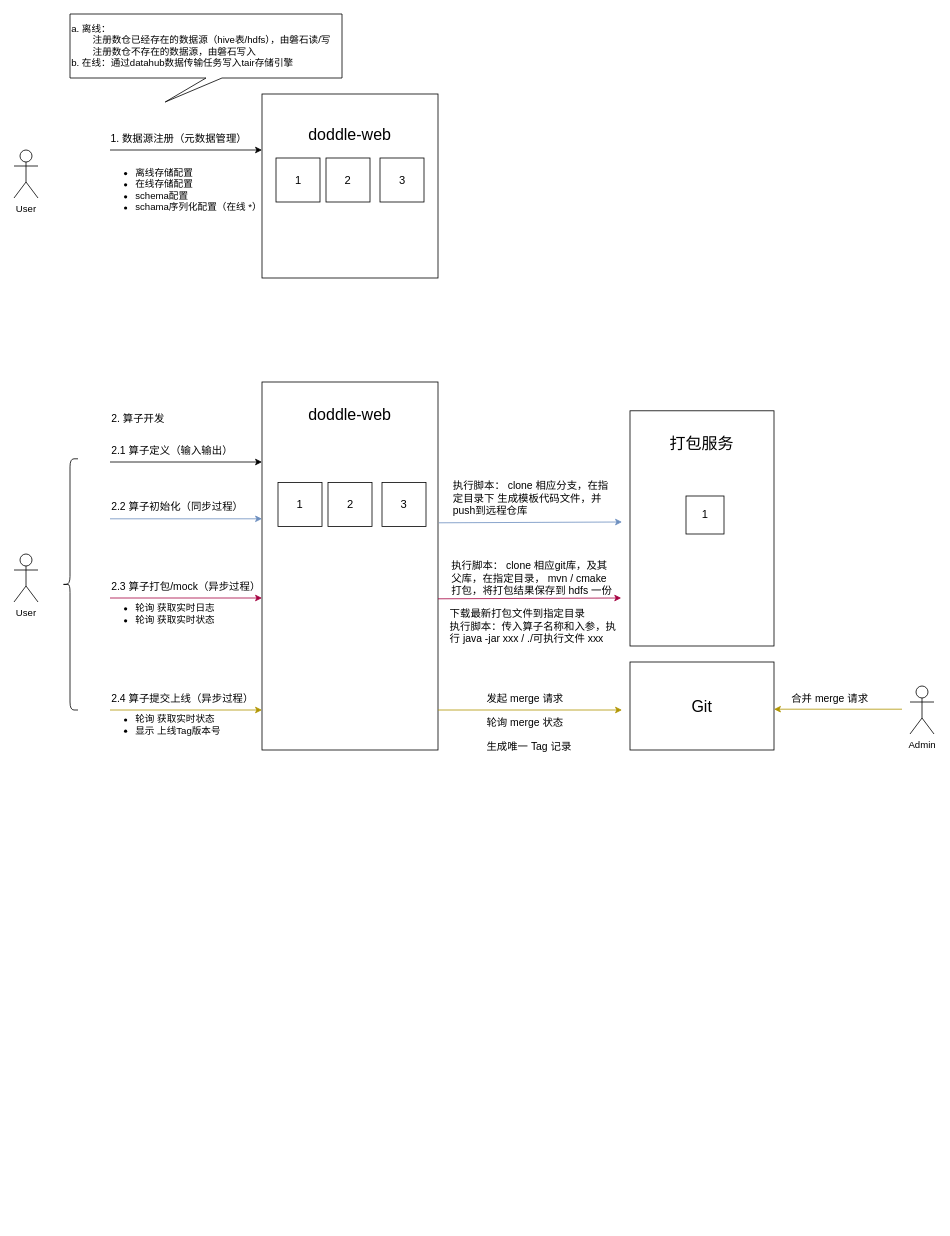
Nine98/demo-draw keeps this draw.io diagram as 特征生产流程.drawio. Above is the earlier version. Source tidied: cells renumbered, new cells numbered last; positions are measured from the earlier drawing's top-left corner, leaving out a move shared by most shapes. Both pictures are drawn from the tidied source at 80%, with x=0, y=0 at pixel (14, 14).
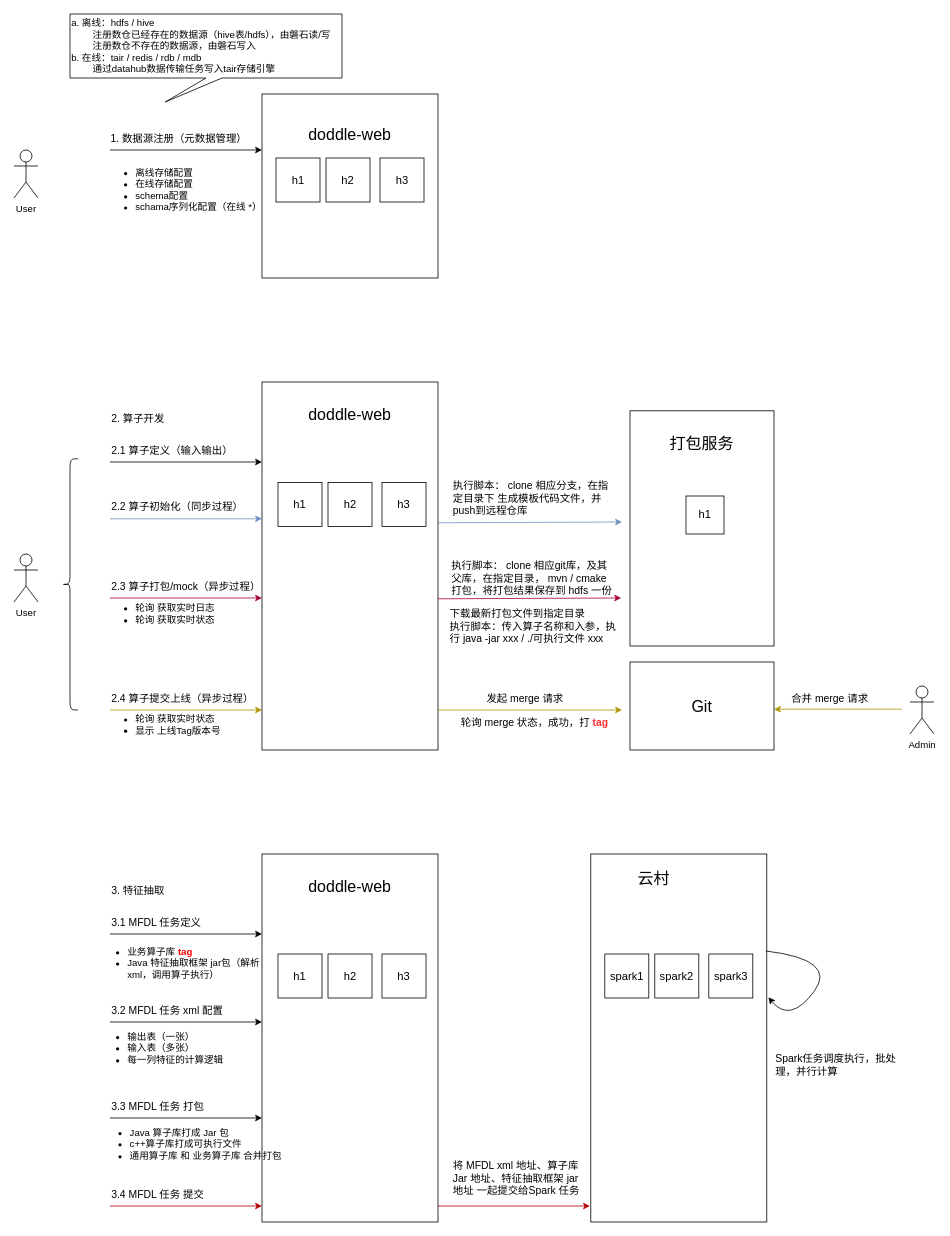
After the change.

What changed in the source:
```diff
@@
-    <mxCell id="7" value="a. 离线：&lt;div&gt;&lt;span style=&quot;white-space: pre;&quot;&gt;&#9;&lt;/span&gt;注册数仓已经存在的数据源（hive表/hdfs），由磐石读/写&lt;div&gt;&lt;span style=&quot;white-space: pre;&quot;&gt;&#9;&lt;/span&gt;注册数仓不存在的数据源，由磐石写入&lt;/div&gt;&lt;/div&gt;&lt;div&gt;b. 在线：通过datahub数据传输任务写入tair存储引擎&lt;/div&gt;" style="shape=callout;whiteSpace=wrap;html=1;perimeter=calloutPerimeter;align=left;position2=0.35;" parent="1" vertex="1">
+    <mxCell id="7" value="a. 离线：hdfs / hive&lt;div&gt;&lt;span style=&quot;white-space: pre;&quot;&gt;&#9;&lt;/span&gt;注册数仓已经存在的数据源（hive表/hdfs），由磐石读/写&lt;div&gt;&lt;span style=&quot;white-space: pre;&quot;&gt;&#9;&lt;/span&gt;注册数仓不存在的数据源，由磐石写入&lt;/div&gt;&lt;/div&gt;&lt;div&gt;b. 在线：&lt;span style=&quot;background-color: initial;&quot;&gt;tair /&lt;/span&gt;&lt;span style=&quot;background-color: initial;&quot;&gt;&amp;nbsp;redis / rdb / mdb&lt;/span&gt;&lt;/div&gt;&lt;div&gt;&lt;span style=&quot;white-space: pre;&quot;&gt;&#9;&lt;/span&gt;通过datahub数据传输任务写入tair存储引擎&lt;/div&gt;" style="shape=callout;whiteSpace=wrap;html=1;perimeter=calloutPerimeter;align=left;position2=0.35;" parent="1" vertex="1">
       <mxGeometry x="70" width="340" height="110" as="geometry" />
     </mxCell>
@@
-    <mxCell id="15" value="&lt;font style=&quot;font-size: 14px;&quot;&gt;1&lt;/font&gt;" style="whiteSpace=wrap;html=1;" parent="1" vertex="1">
+    <mxCell id="15" value="&lt;font style=&quot;font-size: 14px;&quot;&gt;h1&lt;/font&gt;" style="whiteSpace=wrap;html=1;" parent="1" vertex="1">
       <mxGeometry x="330" y="585.5" width="55" height="55" as="geometry" />
     </mxCell>
-    <mxCell id="16" value="&lt;span style=&quot;font-size: 14px;&quot;&gt;2&lt;/span&gt;" style="whiteSpace=wrap;html=1;" parent="1" vertex="1">
+    <mxCell id="16" value="&lt;span style=&quot;font-size: 14px;&quot;&gt;h2&lt;/span&gt;" style="whiteSpace=wrap;html=1;" parent="1" vertex="1">
       <mxGeometry x="392.5" y="585.5" width="55" height="55" as="geometry" />
     </mxCell>
-    <mxCell id="17" value="&lt;span style=&quot;font-size: 14px;&quot;&gt;3&lt;/span&gt;" style="whiteSpace=wrap;html=1;" parent="1" vertex="1">
+    <mxCell id="17" value="&lt;span style=&quot;font-size: 14px;&quot;&gt;h3&lt;/span&gt;" style="whiteSpace=wrap;html=1;" parent="1" vertex="1">
       <mxGeometry x="460" y="585.5" width="55" height="55" as="geometry" />
     </mxCell>
@@
-    <mxCell id="20" value="&lt;span style=&quot;font-size: 14px;&quot;&gt;1&lt;/span&gt;" style="whiteSpace=wrap;html=1;" parent="1" vertex="1">
+    <mxCell id="20" value="&lt;span style=&quot;font-size: 14px;&quot;&gt;h1&lt;/span&gt;" style="whiteSpace=wrap;html=1;" parent="1" vertex="1">
       <mxGeometry x="840" y="602.5" width="47.5" height="47.5" as="geometry" />
     </mxCell>
@@
-    <mxCell id="36" value="&lt;span style=&quot;font-size: 13px;&quot;&gt;轮询 merge 状态&lt;/span&gt;" style="text;html=1;align=left;verticalAlign=middle;whiteSpace=wrap;rounded=0;" parent="1" vertex="1">
-      <mxGeometry x="588.5" y="860" width="122" height="50" as="geometry" />
+    <mxCell id="36" value="&lt;span style=&quot;font-size: 13px;&quot;&gt;轮询 merge 状态，成功，打 &lt;b&gt;&lt;font color=&quot;#ff3333&quot;&gt;tag&lt;/font&gt;&lt;/b&gt;&lt;/span&gt;" style="text;html=1;align=left;verticalAlign=middle;whiteSpace=wrap;rounded=0;" parent="1" vertex="1">
+      <mxGeometry x="556.5" y="861" width="191.5" height="50" as="geometry" />
     </mxCell>
@@
-    <mxCell id="40" value="&lt;span style=&quot;font-size: 13px;&quot;&gt;生成唯一 Tag 记录&lt;/span&gt;" style="text;html=1;align=left;verticalAlign=middle;whiteSpace=wrap;rounded=0;" parent="1" vertex="1">
-      <mxGeometry x="588.5" y="890" width="122" height="50" as="geometry" />
-    </mxCell>
@@
-    <mxCell id="44" value="&lt;font style=&quot;font-size: 14px;&quot;&gt;1&lt;/font&gt;" style="whiteSpace=wrap;html=1;" parent="1" vertex="1">
+    <mxCell id="44" value="&lt;font style=&quot;font-size: 14px;&quot;&gt;h1&lt;/font&gt;" style="whiteSpace=wrap;html=1;" parent="1" vertex="1">
       <mxGeometry x="327.5" y="180" width="55" height="55" as="geometry" />
     </mxCell>
-    <mxCell id="45" value="&lt;span style=&quot;font-size: 14px;&quot;&gt;2&lt;/span&gt;" style="whiteSpace=wrap;html=1;" parent="1" vertex="1">
+    <mxCell id="45" value="&lt;span style=&quot;font-size: 14px;&quot;&gt;h2&lt;/span&gt;" style="whiteSpace=wrap;html=1;" parent="1" vertex="1">
       <mxGeometry x="390" y="180" width="55" height="55" as="geometry" />
     </mxCell>
-    <mxCell id="46" value="&lt;span style=&quot;font-size: 14px;&quot;&gt;3&lt;/span&gt;" style="whiteSpace=wrap;html=1;" parent="1" vertex="1">
+    <mxCell id="46" value="&lt;span style=&quot;font-size: 14px;&quot;&gt;h3&lt;/span&gt;" style="whiteSpace=wrap;html=1;" parent="1" vertex="1">
       <mxGeometry x="457.5" y="180" width="55" height="55" as="geometry" />
     </mxCell>
+    <mxCell id="47" style="rounded=0;whiteSpace=wrap;html=1;" parent="1" vertex="1">
+      <mxGeometry x="310" y="1050" width="220" height="460" as="geometry" />
+    </mxCell>
+    <mxCell id="48" value="&lt;font style=&quot;font-size: 20px;&quot;&gt;doddle-web&lt;/font&gt;" style="text;html=1;align=center;verticalAlign=middle;whiteSpace=wrap;rounded=0;" parent="1" vertex="1">
+      <mxGeometry x="355" y="1060" width="130" height="60" as="geometry" />
+    </mxCell>
+    <mxCell id="49" style="endArrow=classic;html=1;rounded=0;entryX=-0.018;entryY=0.805;entryDx=0;entryDy=0;entryPerimeter=0;" parent="1" edge="1">
+      <mxGeometry relative="1" as="geometry">
+        <mxPoint x="120" y="1150" as="sourcePoint" />
+        <mxPoint x="310" y="1150" as="targetPoint" />
+      </mxGeometry>
+    </mxCell>
+    <mxCell id="50" value="&lt;font style=&quot;font-size: 13px;&quot;&gt;3. 特征抽取&lt;/font&gt;" style="text;html=1;align=left;verticalAlign=middle;whiteSpace=wrap;rounded=0;" parent="1" vertex="1">
+      <mxGeometry x="120" y="1080" width="170" height="30" as="geometry" />
+    </mxCell>
+    <mxCell id="51" value="&lt;font style=&quot;font-size: 13px;&quot;&gt;3.1 MFDL 任务定义&lt;/font&gt;" style="text;html=1;align=left;verticalAlign=middle;whiteSpace=wrap;rounded=0;" parent="1" vertex="1">
+      <mxGeometry x="120" y="1120" width="170" height="30" as="geometry" />
+    </mxCell>
+    <mxCell id="52" value="&lt;ul&gt;&lt;li&gt;业务算子库 &lt;b style=&quot;&quot;&gt;&lt;font color=&quot;#ff0000&quot;&gt;tag&lt;/font&gt;&lt;/b&gt;&lt;/li&gt;&lt;li&gt;Java 特征抽取框架 jar包（解析xml，调用算子执行）&lt;/li&gt;&lt;/ul&gt;" style="text;strokeColor=none;fillColor=none;html=1;whiteSpace=wrap;verticalAlign=middle;overflow=hidden;" parent="1" vertex="1">
+      <mxGeometry x="100" y="1144" width="210" height="86" as="geometry" />
+    </mxCell>
+    <mxCell id="53" style="endArrow=classic;html=1;rounded=0;entryX=-0.018;entryY=0.805;entryDx=0;entryDy=0;entryPerimeter=0;" parent="1" edge="1">
+      <mxGeometry relative="1" as="geometry">
+        <mxPoint x="120" y="1260" as="sourcePoint" />
+        <mxPoint x="310" y="1260" as="targetPoint" />
+      </mxGeometry>
+    </mxCell>
+    <mxCell id="54" value="&lt;ul&gt;&lt;li&gt;输出表（一张）&lt;/li&gt;&lt;li&gt;输入表（多张）&lt;/li&gt;&lt;li&gt;每一列特征的计算逻辑&lt;/li&gt;&lt;/ul&gt;" style="text;strokeColor=none;fillColor=none;html=1;whiteSpace=wrap;verticalAlign=middle;overflow=hidden;" parent="1" vertex="1">
+      <mxGeometry x="100" y="1253" width="170" height="80" as="geometry" />
+    </mxCell>
+    <mxCell id="55" value="&lt;font style=&quot;font-size: 13px;&quot;&gt;3.2 MFDL 任务 xml 配置&lt;/font&gt;" style="text;html=1;align=left;verticalAlign=middle;whiteSpace=wrap;rounded=0;" parent="1" vertex="1">
+      <mxGeometry x="120" y="1230" width="170" height="30" as="geometry" />
+    </mxCell>
+    <mxCell id="56" style="endArrow=classic;html=1;rounded=0;entryX=-0.018;entryY=0.805;entryDx=0;entryDy=0;entryPerimeter=0;" parent="1" edge="1">
+      <mxGeometry relative="1" as="geometry">
+        <mxPoint x="120" y="1380" as="sourcePoint" />
+        <mxPoint x="310" y="1380" as="targetPoint" />
+      </mxGeometry>
+    </mxCell>
+    <mxCell id="57" value="&lt;ul&gt;&lt;li&gt;&lt;span style=&quot;background-color: initial;&quot;&gt;Java 算子库打成 Jar 包&lt;/span&gt;&lt;br&gt;&lt;/li&gt;&lt;li&gt;c++算子库打成可执行文件&lt;/li&gt;&lt;li&gt;通用算子库 和 业务算子库 合并打包&lt;/li&gt;&lt;/ul&gt;" style="text;strokeColor=none;fillColor=none;html=1;whiteSpace=wrap;verticalAlign=middle;overflow=hidden;" parent="1" vertex="1">
+      <mxGeometry x="103" y="1373" width="240" height="80" as="geometry" />
+    </mxCell>
+    <mxCell id="58" value="&lt;font style=&quot;font-size: 13px;&quot;&gt;3.3 MFDL 任务 打包&lt;/font&gt;" style="text;html=1;align=left;verticalAlign=middle;whiteSpace=wrap;rounded=0;" parent="1" vertex="1">
+      <mxGeometry x="120" y="1350" width="170" height="30" as="geometry" />
+    </mxCell>
+    <mxCell id="59" style="endArrow=classic;html=1;rounded=0;entryX=-0.018;entryY=0.805;entryDx=0;entryDy=0;entryPerimeter=0;fillColor=#e51400;strokeColor=#B20000;" parent="1" edge="1">
+      <mxGeometry relative="1" as="geometry">
+        <mxPoint x="120" y="1490" as="sourcePoint" />
+        <mxPoint x="310" y="1490" as="targetPoint" />
+      </mxGeometry>
+    </mxCell>
+    <mxCell id="60" value="&lt;font style=&quot;font-size: 13px;&quot;&gt;3.4 MFDL 任务 提交&lt;/font&gt;" style="text;html=1;align=left;verticalAlign=middle;whiteSpace=wrap;rounded=0;" parent="1" vertex="1">
+      <mxGeometry x="120" y="1460" width="170" height="30" as="geometry" />
+    </mxCell>
+    <mxCell id="61" style="rounded=0;whiteSpace=wrap;html=1;" parent="1" vertex="1">
+      <mxGeometry x="721" y="1050" width="220" height="460" as="geometry" />
+    </mxCell>
+    <mxCell id="62" value="&lt;span style=&quot;font-size: 20px;&quot;&gt;云村&lt;/span&gt;" style="text;html=1;align=center;verticalAlign=middle;whiteSpace=wrap;rounded=0;" parent="1" vertex="1">
+      <mxGeometry x="735" y="1050" width="130" height="60" as="geometry" />
+    </mxCell>
+    <mxCell id="63" style="endArrow=classic;html=1;rounded=0;entryX=-0.018;entryY=0.805;entryDx=0;entryDy=0;entryPerimeter=0;fillColor=#e51400;strokeColor=#B20000;" parent="1" edge="1">
+      <mxGeometry relative="1" as="geometry">
+        <mxPoint x="530" y="1490" as="sourcePoint" />
+        <mxPoint x="720" y="1490" as="targetPoint" />
+      </mxGeometry>
+    </mxCell>
+    <mxCell id="64" value="&lt;span style=&quot;font-size: 13px;&quot;&gt;将 MFDL xml 地址、算子库 Jar 地址、特征抽取框架 jar 地址 一起提交给Spark 任务&lt;/span&gt;" style="text;html=1;align=left;verticalAlign=middle;whiteSpace=wrap;rounded=0;" parent="1" vertex="1">
+      <mxGeometry x="547" y="1440" width="170" height="30" as="geometry" />
+    </mxCell>
+    <mxCell id="65" value="&lt;font style=&quot;font-size: 14px;&quot;&gt;h1&lt;/font&gt;" style="whiteSpace=wrap;html=1;" parent="1" vertex="1">
+      <mxGeometry x="330" y="1175" width="55" height="55" as="geometry" />
+    </mxCell>
+    <mxCell id="66" value="&lt;span style=&quot;font-size: 14px;&quot;&gt;h2&lt;/span&gt;" style="whiteSpace=wrap;html=1;" parent="1" vertex="1">
+      <mxGeometry x="392.5" y="1175" width="55" height="55" as="geometry" />
+    </mxCell>
+    <mxCell id="67" value="&lt;span style=&quot;font-size: 14px;&quot;&gt;h3&lt;/span&gt;" style="whiteSpace=wrap;html=1;" parent="1" vertex="1">
+      <mxGeometry x="460" y="1175" width="55" height="55" as="geometry" />
+    </mxCell>
+    <mxCell id="68" value="&lt;span style=&quot;font-size: 14px;&quot;&gt;spark1&lt;/span&gt;" style="whiteSpace=wrap;html=1;" parent="1" vertex="1">
+      <mxGeometry x="738.5" y="1175" width="55" height="55" as="geometry" />
+    </mxCell>
+    <mxCell id="69" value="&lt;span style=&quot;font-size: 14px;&quot;&gt;spark2&lt;/span&gt;" style="whiteSpace=wrap;html=1;" parent="1" vertex="1">
+      <mxGeometry x="801" y="1175" width="55" height="55" as="geometry" />
+    </mxCell>
+    <mxCell id="70" value="&lt;span style=&quot;font-size: 14px;&quot;&gt;spark3&lt;/span&gt;" style="whiteSpace=wrap;html=1;" parent="1" vertex="1">
+      <mxGeometry x="868.5" y="1175" width="55" height="55" as="geometry" />
+    </mxCell>
+    <mxCell id="71" value="&lt;span style=&quot;font-size: 13px;&quot;&gt;Spark任务调度执行，批处理，并行计算&lt;/span&gt;" style="text;html=1;align=left;verticalAlign=middle;whiteSpace=wrap;rounded=0;" parent="1" vertex="1">
+      <mxGeometry x="950" y="1278" width="170" height="72" as="geometry" />
+    </mxCell>
+    <mxCell id="72" style="curved=1;endArrow=classic;html=1;rounded=0;exitX=0.994;exitY=0.346;exitDx=0;exitDy=0;exitPerimeter=0;entryX=1.009;entryY=0.472;entryDx=0;entryDy=0;entryPerimeter=0;" parent="1" edge="1">
+      <mxGeometry relative="1" as="geometry">
+        <mxPoint x="939.7" y="1171.2" as="sourcePoint" />
+        <mxPoint x="943" y="1229.1" as="targetPoint" />
+        <Array as="points">
+          <mxPoint x="1030" y="1182" />
+          <mxPoint x="970" y="1262" />
+        </Array>
+      </mxGeometry>
+    </mxCell>
```
